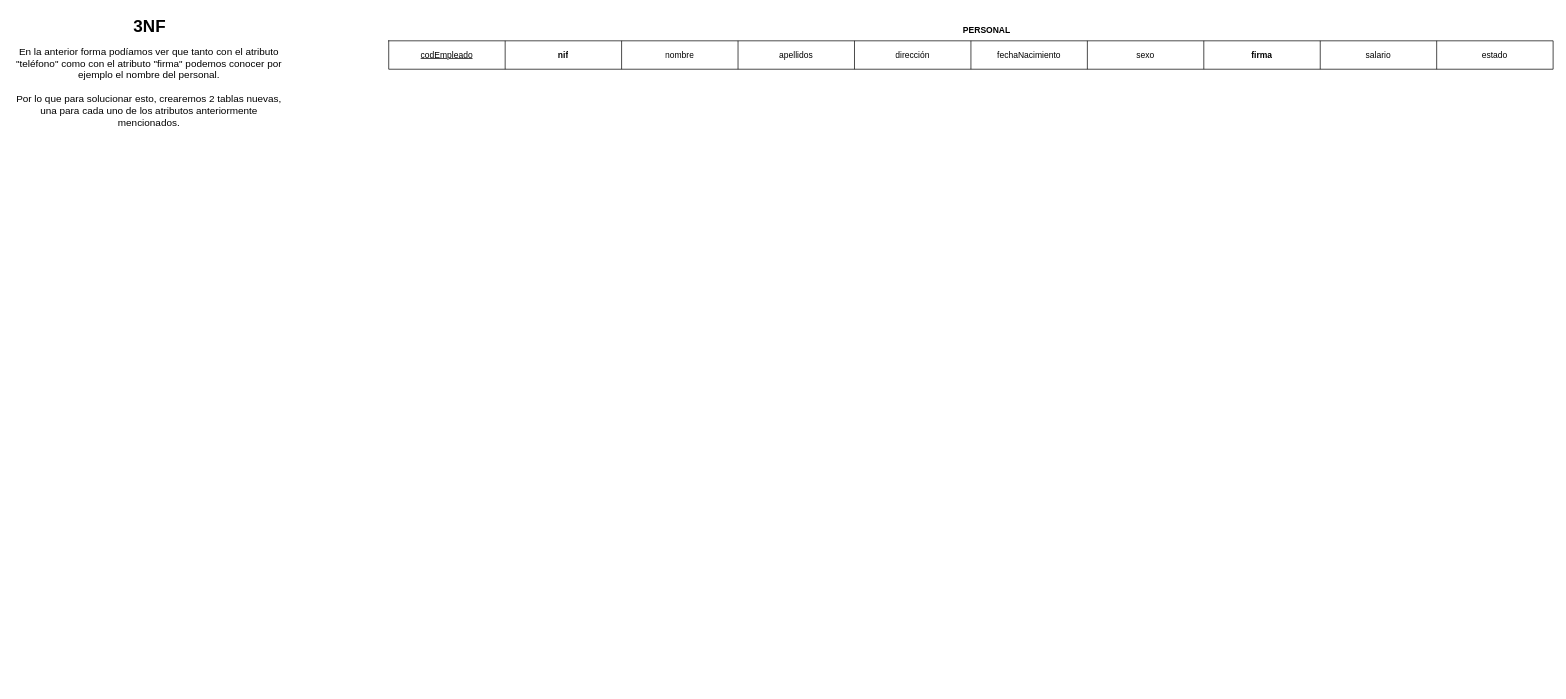
Earlier version of the draw.io diagram BasesDatos/Tema 6/ActividadBD6.3.2.drawio (RubenAC1999/Clase). Source tidied: cells renumbered, new cells numbered last; positions are measured from the earlier drawing's top-left corner, leaving out a move shared by most shapes. Both pictures are drawn from the tidied source at 71%, with x=0, y=0 at pixel (12, 12).
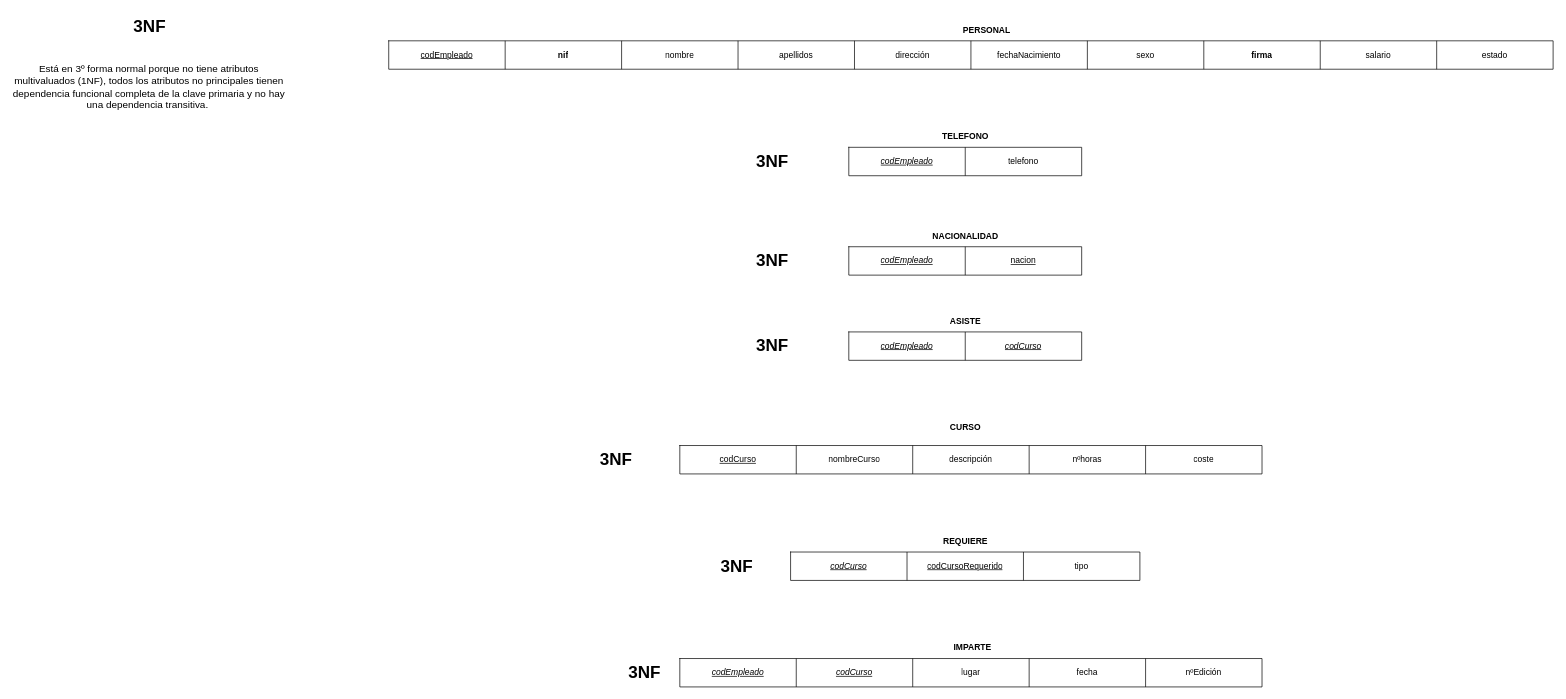
Above is the later version.

Diff of the diagram source:
```diff
@@
-    <mxCell id="16" value="&lt;span style=&quot;font-size: 14px;&quot;&gt;En la anterior forma podíamos ver que tanto con el atributo &quot;teléfono&quot; como con el atributo &quot;firma&quot; podemos conocer por ejemplo el nombre del personal. &lt;br&gt;&lt;br&gt;Por lo que para solucionar esto, crearemos 2 tablas nuevas, una para cada uno de los atributos anteriormente mencionados.&lt;/span&gt;" style="text;html=1;strokeColor=none;fillColor=none;align=center;verticalAlign=middle;whiteSpace=wrap;rounded=0;" parent="1" vertex="1">
+    <mxCell id="16" value="&lt;span style=&quot;font-size: 14px;&quot;&gt;Está en 3º forma normal porque no tiene atributos multivaluados (1NF), todos los atributos no principales tienen dependencia funcional completa de la clave primaria y no hay una dependencia transitiva.&amp;nbsp;&lt;br&gt;&lt;/span&gt;" style="text;html=1;strokeColor=none;fillColor=none;align=center;verticalAlign=middle;whiteSpace=wrap;rounded=0;" parent="1" vertex="1">
       <mxGeometry y="40" width="385" height="130" as="geometry" />
     </mxCell>
+    <mxCell id="17" style="shape=table;startSize=0;childLayout=tableLayout;" parent="1" vertex="1">
+      <mxGeometry x="1178" y="190" width="328" height="40" as="geometry" />
+    </mxCell>
+    <mxCell id="18" style="shape=tableRow;horizontal=0;startSize=0;swimlaneHead=0;swimlaneBody=0;strokeColor=inherit;top=0;left=0;bottom=0;right=0;fillColor=none;" parent="17" vertex="1">
+      <mxGeometry width="328" height="40" as="geometry" />
+    </mxCell>
+    <mxCell id="19" value="&lt;u&gt;&lt;i&gt;codEmpleado&lt;/i&gt;&lt;/u&gt;" style="shape=partialRectangle;html=1;whiteSpace=wrap;strokeColor=inherit;overflow=hidden;fillColor=none;top=0;left=0;bottom=0;right=0;" parent="18" vertex="1">
+      <mxGeometry width="164" height="40" as="geometry" />
+    </mxCell>
+    <mxCell id="20" value="telefono" style="shape=partialRectangle;html=1;whiteSpace=wrap;strokeColor=inherit;overflow=hidden;fillColor=none;top=0;left=0;bottom=0;right=0;" parent="18" vertex="1">
+      <mxGeometry x="164" width="164" height="40" as="geometry" />
+    </mxCell>
+    <mxCell id="21" value="&lt;b&gt;TELEFONO&lt;/b&gt;" style="text;html=1;strokeColor=none;fillColor=none;align=center;verticalAlign=middle;whiteSpace=wrap;rounded=0;" parent="1" vertex="1">
+      <mxGeometry x="1219.5" y="160" width="245" height="30" as="geometry" />
+    </mxCell>
+    <mxCell id="22" style="shape=table;startSize=0;childLayout=tableLayout;" parent="1" vertex="1">
+      <mxGeometry x="1178" y="330" width="328" height="40" as="geometry" />
+    </mxCell>
+    <mxCell id="23" style="shape=tableRow;horizontal=0;startSize=0;swimlaneHead=0;swimlaneBody=0;strokeColor=inherit;top=0;left=0;bottom=0;right=0;fillColor=none;" parent="22" vertex="1">
+      <mxGeometry width="328" height="40" as="geometry" />
+    </mxCell>
+    <mxCell id="24" value="&lt;u&gt;&lt;i&gt;codEmpleado&lt;/i&gt;&lt;/u&gt;" style="shape=partialRectangle;html=1;whiteSpace=wrap;strokeColor=inherit;overflow=hidden;fillColor=none;top=0;left=0;bottom=0;right=0;" parent="23" vertex="1">
+      <mxGeometry width="164" height="40" as="geometry" />
+    </mxCell>
+    <mxCell id="25" value="&lt;u&gt;nacion&lt;/u&gt;" style="shape=partialRectangle;html=1;whiteSpace=wrap;strokeColor=inherit;overflow=hidden;fillColor=none;top=0;left=0;bottom=0;right=0;" parent="23" vertex="1">
+      <mxGeometry x="164" width="164" height="40" as="geometry" />
+    </mxCell>
+    <mxCell id="26" value="&lt;b&gt;NACIONALIDAD&lt;/b&gt;" style="text;html=1;strokeColor=none;fillColor=none;align=center;verticalAlign=middle;whiteSpace=wrap;rounded=0;" parent="1" vertex="1">
+      <mxGeometry x="1219.5" y="300" width="245" height="30" as="geometry" />
+    </mxCell>
+    <mxCell id="27" style="shape=table;startSize=0;childLayout=tableLayout;" parent="1" vertex="1">
+      <mxGeometry x="1178" y="450" width="328" height="40" as="geometry" />
+    </mxCell>
+    <mxCell id="28" style="shape=tableRow;horizontal=0;startSize=0;swimlaneHead=0;swimlaneBody=0;strokeColor=inherit;top=0;left=0;bottom=0;right=0;fillColor=none;" parent="27" vertex="1">
+      <mxGeometry width="328" height="40" as="geometry" />
+    </mxCell>
+    <mxCell id="29" value="&lt;u&gt;&lt;i&gt;codEmpleado&lt;/i&gt;&lt;/u&gt;" style="shape=partialRectangle;html=1;whiteSpace=wrap;strokeColor=inherit;overflow=hidden;fillColor=none;top=0;left=0;bottom=0;right=0;" parent="28" vertex="1">
+      <mxGeometry width="164" height="40" as="geometry" />
+    </mxCell>
+    <mxCell id="30" value="&lt;u&gt;&lt;i&gt;codCurso&lt;/i&gt;&lt;/u&gt;" style="shape=partialRectangle;html=1;whiteSpace=wrap;strokeColor=inherit;overflow=hidden;fillColor=none;top=0;left=0;bottom=0;right=0;" parent="28" vertex="1">
+      <mxGeometry x="164" width="164" height="40" as="geometry" />
+    </mxCell>
+    <mxCell id="31" value="&lt;b&gt;ASISTE&lt;/b&gt;" style="text;html=1;strokeColor=none;fillColor=none;align=center;verticalAlign=middle;whiteSpace=wrap;rounded=0;" parent="1" vertex="1">
+      <mxGeometry x="1219.5" y="420" width="245" height="30" as="geometry" />
+    </mxCell>
+    <mxCell id="32" style="shape=table;startSize=0;childLayout=tableLayout;" parent="1" vertex="1">
+      <mxGeometry x="940" y="610" width="820" height="40" as="geometry" />
+    </mxCell>
+    <mxCell id="33" style="shape=tableRow;horizontal=0;startSize=0;swimlaneHead=0;swimlaneBody=0;strokeColor=inherit;top=0;left=0;bottom=0;right=0;fillColor=none;" parent="32" vertex="1">
+      <mxGeometry width="820" height="40" as="geometry" />
+    </mxCell>
+    <mxCell id="34" value="&lt;u&gt;codCurso&lt;/u&gt;" style="shape=partialRectangle;html=1;whiteSpace=wrap;strokeColor=inherit;overflow=hidden;fillColor=none;top=0;left=0;bottom=0;right=0;" parent="33" vertex="1">
+      <mxGeometry width="164" height="40" as="geometry" />
+    </mxCell>
+    <mxCell id="35" value="nombreCurso" style="shape=partialRectangle;html=1;whiteSpace=wrap;strokeColor=inherit;overflow=hidden;fillColor=none;top=0;left=0;bottom=0;right=0;" parent="33" vertex="1">
+      <mxGeometry x="164" width="164" height="40" as="geometry" />
+    </mxCell>
+    <mxCell id="36" value="descripción" style="shape=partialRectangle;html=1;whiteSpace=wrap;strokeColor=inherit;overflow=hidden;fillColor=none;top=0;left=0;bottom=0;right=0;" parent="33" vertex="1">
+      <mxGeometry x="328" width="164" height="40" as="geometry" />
+    </mxCell>
+    <mxCell id="37" value="nºhoras" style="shape=partialRectangle;html=1;whiteSpace=wrap;strokeColor=inherit;overflow=hidden;fillColor=none;top=0;left=0;bottom=0;right=0;" parent="33" vertex="1">
+      <mxGeometry x="492" width="164" height="40" as="geometry" />
+    </mxCell>
+    <mxCell id="38" value="coste" style="shape=partialRectangle;html=1;whiteSpace=wrap;strokeColor=inherit;overflow=hidden;fillColor=none;top=0;left=0;bottom=0;right=0;" parent="33" vertex="1">
+      <mxGeometry x="656" width="164" height="40" as="geometry" />
+    </mxCell>
+    <mxCell id="39" value="&lt;b&gt;CURSO&lt;/b&gt;" style="text;html=1;strokeColor=none;fillColor=none;align=center;verticalAlign=middle;whiteSpace=wrap;rounded=0;" parent="1" vertex="1">
+      <mxGeometry x="1219.5" y="570" width="245" height="30" as="geometry" />
+    </mxCell>
+    <mxCell id="40" value="3NF" style="text;strokeColor=none;fillColor=none;html=1;fontSize=24;fontStyle=1;verticalAlign=middle;align=center;" parent="1" vertex="1">
+      <mxGeometry x="1020" y="190" width="100" height="40" as="geometry" />
+    </mxCell>
+    <mxCell id="41" value="3NF" style="text;strokeColor=none;fillColor=none;html=1;fontSize=24;fontStyle=1;verticalAlign=middle;align=center;" parent="1" vertex="1">
+      <mxGeometry x="1020" y="330" width="100" height="40" as="geometry" />
+    </mxCell>
+    <mxCell id="42" value="3NF" style="text;strokeColor=none;fillColor=none;html=1;fontSize=24;fontStyle=1;verticalAlign=middle;align=center;" parent="1" vertex="1">
+      <mxGeometry x="1020" y="450" width="100" height="40" as="geometry" />
+    </mxCell>
+    <mxCell id="43" value="3NF" style="text;strokeColor=none;fillColor=none;html=1;fontSize=24;fontStyle=1;verticalAlign=middle;align=center;" parent="1" vertex="1">
+      <mxGeometry x="800" y="610" width="100" height="40" as="geometry" />
+    </mxCell>
+    <mxCell id="44" style="shape=table;startSize=0;childLayout=tableLayout;" parent="1" vertex="1">
+      <mxGeometry x="1096" y="760" width="492" height="40" as="geometry" />
+    </mxCell>
+    <mxCell id="45" style="shape=tableRow;horizontal=0;startSize=0;swimlaneHead=0;swimlaneBody=0;strokeColor=inherit;top=0;left=0;bottom=0;right=0;fillColor=none;" parent="44" vertex="1">
+      <mxGeometry width="492" height="40" as="geometry" />
+    </mxCell>
+    <mxCell id="46" value="&lt;u&gt;&lt;i&gt;codCurso&lt;/i&gt;&lt;/u&gt;" style="shape=partialRectangle;html=1;whiteSpace=wrap;strokeColor=inherit;overflow=hidden;fillColor=none;top=0;left=0;bottom=0;right=0;" parent="45" vertex="1">
+      <mxGeometry width="164" height="40" as="geometry" />
+    </mxCell>
+    <mxCell id="47" value="&lt;u&gt;codCursoRequerido&lt;/u&gt;" style="shape=partialRectangle;html=1;whiteSpace=wrap;strokeColor=inherit;overflow=hidden;fillColor=none;top=0;left=0;bottom=0;right=0;" parent="45" vertex="1">
+      <mxGeometry x="164" width="164" height="40" as="geometry" />
+    </mxCell>
+    <mxCell id="48" value="tipo" style="shape=partialRectangle;html=1;whiteSpace=wrap;strokeColor=inherit;overflow=hidden;fillColor=none;top=0;left=0;bottom=0;right=0;" parent="45" vertex="1">
+      <mxGeometry x="328" width="164" height="40" as="geometry" />
+    </mxCell>
+    <mxCell id="49" value="&lt;b&gt;REQUIERE&lt;/b&gt;" style="text;html=1;strokeColor=none;fillColor=none;align=center;verticalAlign=middle;whiteSpace=wrap;rounded=0;" parent="1" vertex="1">
+      <mxGeometry x="1219.5" y="730" width="245" height="30" as="geometry" />
+    </mxCell>
+    <mxCell id="50" value="3NF" style="text;strokeColor=none;fillColor=none;html=1;fontSize=24;fontStyle=1;verticalAlign=middle;align=center;" parent="1" vertex="1">
+      <mxGeometry x="970" y="760" width="100" height="40" as="geometry" />
+    </mxCell>
+    <mxCell id="51" style="shape=table;startSize=0;childLayout=tableLayout;" parent="1" vertex="1">
+      <mxGeometry x="940" y="910" width="820" height="40" as="geometry" />
+    </mxCell>
+    <mxCell id="52" style="shape=tableRow;horizontal=0;startSize=0;swimlaneHead=0;swimlaneBody=0;strokeColor=inherit;top=0;left=0;bottom=0;right=0;fillColor=none;" parent="51" vertex="1">
+      <mxGeometry width="820" height="40" as="geometry" />
+    </mxCell>
+    <mxCell id="53" value="&lt;u&gt;&lt;i&gt;codEmpleado&lt;/i&gt;&lt;/u&gt;" style="shape=partialRectangle;html=1;whiteSpace=wrap;strokeColor=inherit;overflow=hidden;fillColor=none;top=0;left=0;bottom=0;right=0;" parent="52" vertex="1">
+      <mxGeometry width="164" height="40" as="geometry" />
+    </mxCell>
+    <mxCell id="54" value="&lt;u&gt;&lt;i&gt;codCurso&lt;/i&gt;&lt;/u&gt;" style="shape=partialRectangle;html=1;whiteSpace=wrap;strokeColor=inherit;overflow=hidden;fillColor=none;top=0;left=0;bottom=0;right=0;" parent="52" vertex="1">
+      <mxGeometry x="164" width="164" height="40" as="geometry" />
+    </mxCell>
+    <mxCell id="55" value="lugar" style="shape=partialRectangle;html=1;whiteSpace=wrap;strokeColor=inherit;overflow=hidden;fillColor=none;top=0;left=0;bottom=0;right=0;" parent="52" vertex="1">
+      <mxGeometry x="328" width="164" height="40" as="geometry" />
+    </mxCell>
+    <mxCell id="56" value="fecha" style="shape=partialRectangle;html=1;whiteSpace=wrap;strokeColor=inherit;overflow=hidden;fillColor=none;top=0;left=0;bottom=0;right=0;" parent="52" vertex="1">
+      <mxGeometry x="492" width="164" height="40" as="geometry" />
+    </mxCell>
+    <mxCell id="57" value="nºEdición" style="shape=partialRectangle;html=1;whiteSpace=wrap;strokeColor=inherit;overflow=hidden;fillColor=none;top=0;left=0;bottom=0;right=0;" parent="52" vertex="1">
+      <mxGeometry x="656" width="164" height="40" as="geometry" />
+    </mxCell>
+    <mxCell id="58" value="&lt;b&gt;IMPARTE&lt;/b&gt;" style="text;html=1;strokeColor=none;fillColor=none;align=center;verticalAlign=middle;whiteSpace=wrap;rounded=0;" parent="1" vertex="1">
+      <mxGeometry x="1229.5" y="880" width="245" height="30" as="geometry" />
+    </mxCell>
+    <mxCell id="59" value="3NF" style="text;strokeColor=none;fillColor=none;html=1;fontSize=24;fontStyle=1;verticalAlign=middle;align=center;" parent="1" vertex="1">
+      <mxGeometry x="840" y="910" width="100" height="40" as="geometry" />
+    </mxCell>
```
